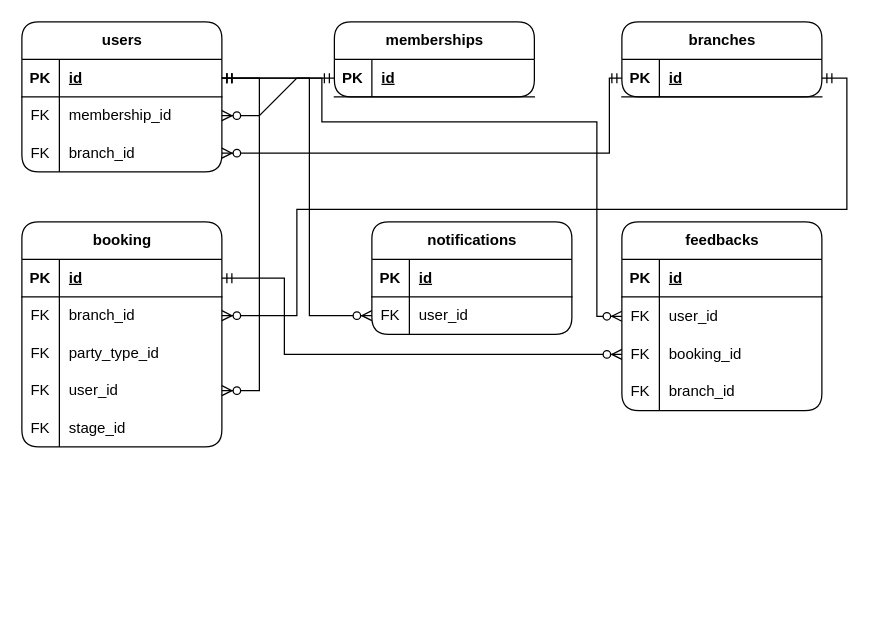
Above: page "ERD-L1.1 - USER" (6 of 8) of Joie Palace.drawio in HongSon04/ERD-Joie-Palace (draw.io), before the change. Source tidied: cells renumbered, new cells numbered last; positions are measured from the earlier drawing's top-left corner, leaving out a move shared by most shapes. Both pictures are drawn from the tidied source at 125%, with x=0, y=0 at pixel (21, 21).
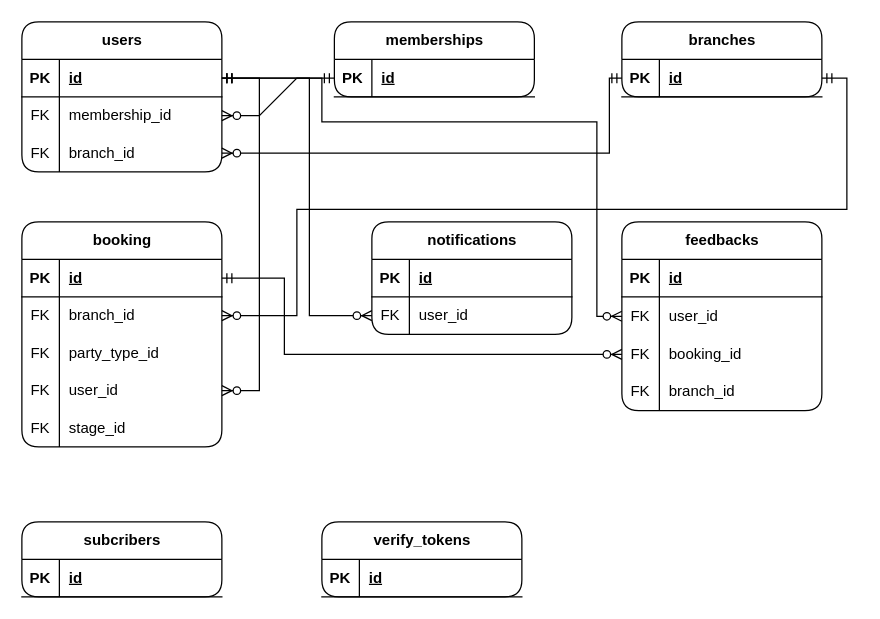
The same diagram, later.

Change to the diagram source:
```diff
@@
+    <mxCell id="63" value="verify_tokens" style="shape=table;startSize=30;childLayout=tableLayout;rowLines=0;fontStyle=1;align=center;html=1;rounded=1;" parent="1" vertex="1">
+      <mxGeometry x="240" y="400" width="160" height="60" as="geometry" />
+    </mxCell>
+    <mxCell id="64" style="shape=tableRow;horizontal=0;startSize=0;swimlaneHead=0;swimlaneBody=0;fillColor=none;top=0;left=0;right=0;bottom=1;" parent="63" vertex="1">
+      <mxGeometry y="30" width="160" height="30" as="geometry" />
+    </mxCell>
+    <mxCell id="65" value="PK" style="shape=partialRectangle;fillColor=none;top=0;left=0;bottom=0;right=0;fontStyle=1;overflow=hidden;whiteSpace=wrap;html=1;" parent="64" vertex="1">
+      <mxGeometry width="30" height="30" as="geometry" />
+    </mxCell>
+    <mxCell id="66" value="id" style="shape=partialRectangle;fillColor=none;top=0;left=0;bottom=0;right=0;align=left;spacingLeft=6;fontStyle=5;overflow=hidden;whiteSpace=wrap;html=1;" parent="64" vertex="1">
+      <mxGeometry x="30" width="130" height="30" as="geometry" />
+    </mxCell>
+    <mxCell id="67" value="subcribers" style="shape=table;startSize=30;childLayout=tableLayout;rowLines=0;fontStyle=1;align=center;html=1;rounded=1;" parent="1" vertex="1">
+      <mxGeometry y="400" width="160" height="60" as="geometry" />
+    </mxCell>
+    <mxCell id="68" style="shape=tableRow;horizontal=0;startSize=0;swimlaneHead=0;swimlaneBody=0;fillColor=none;top=0;left=0;right=0;bottom=1;" parent="67" vertex="1">
+      <mxGeometry y="30" width="160" height="30" as="geometry" />
+    </mxCell>
+    <mxCell id="69" value="PK" style="shape=partialRectangle;fillColor=none;top=0;left=0;bottom=0;right=0;fontStyle=1;overflow=hidden;whiteSpace=wrap;html=1;" parent="68" vertex="1">
+      <mxGeometry width="30" height="30" as="geometry" />
+    </mxCell>
+    <mxCell id="70" value="id" style="shape=partialRectangle;fillColor=none;top=0;left=0;bottom=0;right=0;align=left;spacingLeft=6;fontStyle=5;overflow=hidden;whiteSpace=wrap;html=1;" parent="68" vertex="1">
+      <mxGeometry x="30" width="130" height="30" as="geometry" />
+    </mxCell>
```
